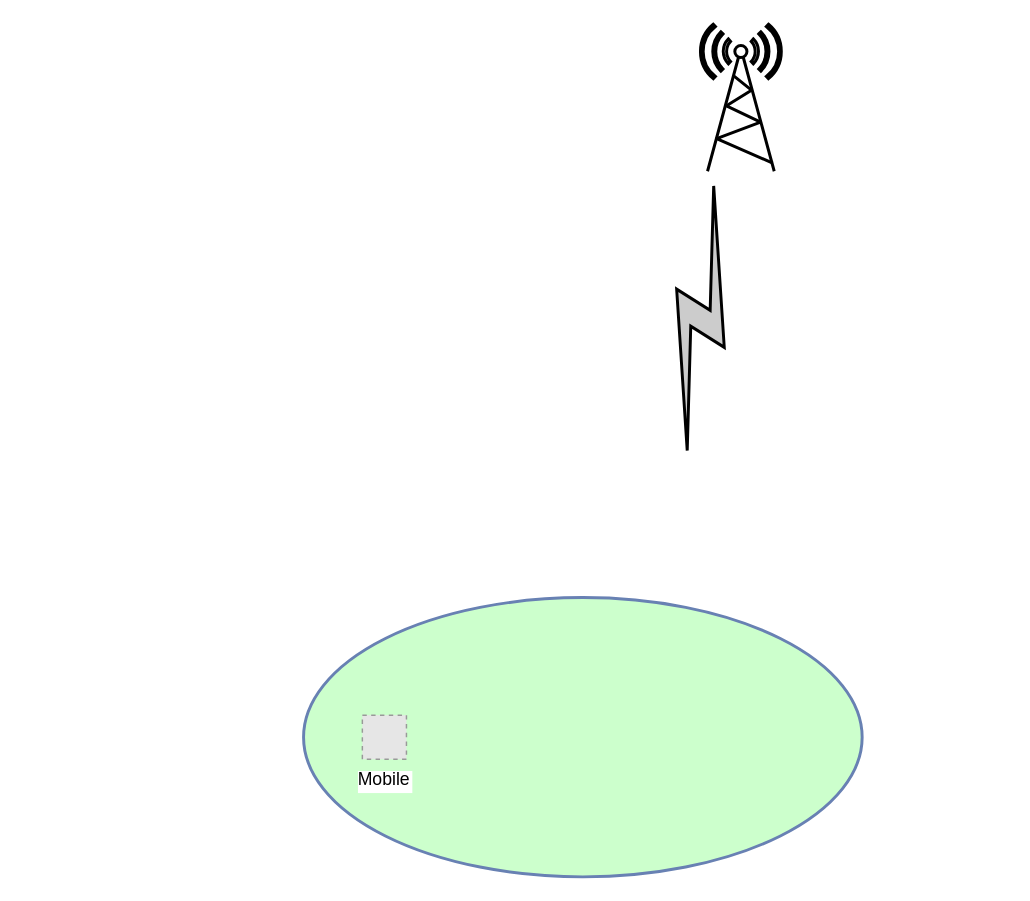
Earlier version of the draw.io diagram 未命名绘图.drawio (lishuai-0/picture_source_file_draw_io). Source tidied: cells renumbered, new cells numbered last; positions are measured from the earlier drawing's top-left corner, leaving out a move shared by most shapes. Both pictures are drawn from the tidied source at 147%, with x=0, y=0 at pixel (303, 24). Pictures stored in the file or linked from it are replaced by grey dashed boxes.
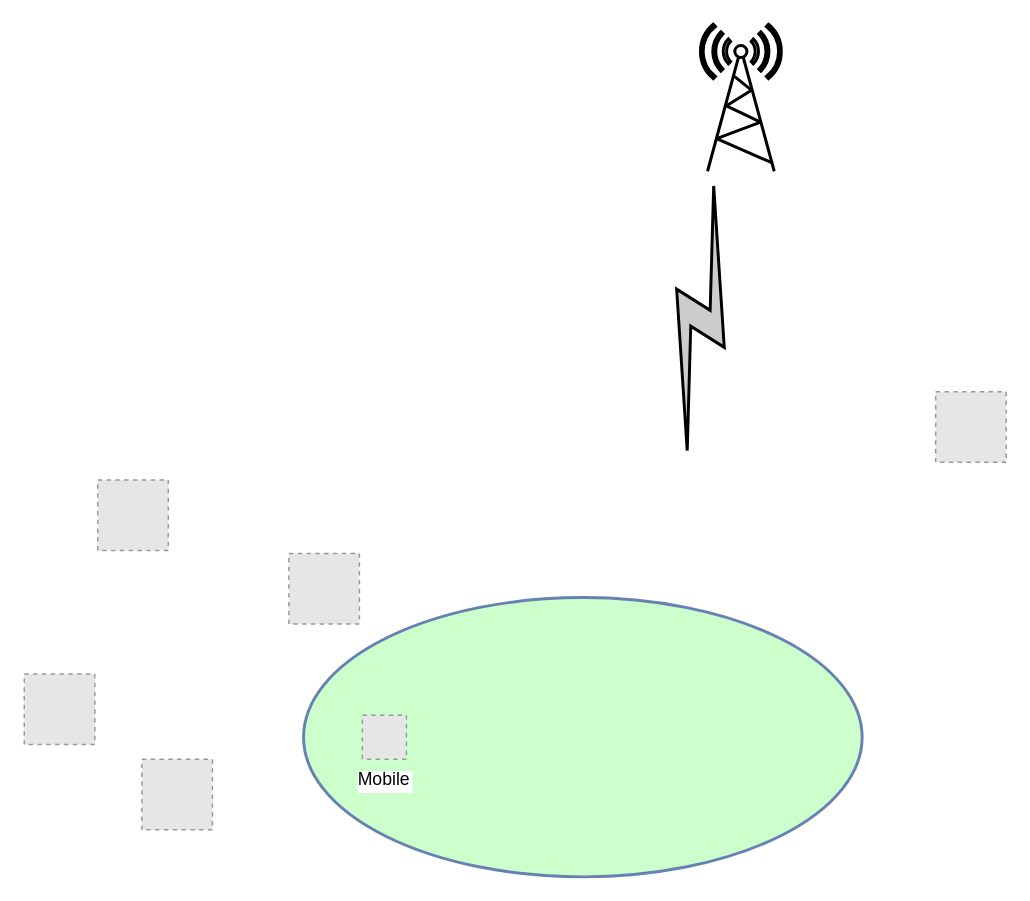
Above is the later version.

Commit message (it also covers changes not shown here):
更新未命名绘图.drawio

Change to the diagram source:
```diff
@@
 <mxGraphModel>
   <root>
     <mxCell id="0" />
     <mxCell id="1" parent="0" />
     <mxCell id="2" style="ellipse;whiteSpace=wrap;html=1;rounded=1;shadow=0;comic=0;labelBackgroundColor=none;strokeColor=#6881B3;strokeWidth=2;fillColor=#CCFFCC;fontFamily=Helvetica;fontSize=22;fontColor=#000000;verticalAlign=middle;gradientColor=none;gradientDirection=north;spacingBottom=17;" parent="1" vertex="1">
       <mxGeometry y="390" width="380" height="190" as="geometry" />
     </mxCell>
     <mxCell id="3" style="fontColor=#0066CC;verticalAlign=top;verticalLabelPosition=bottom;labelPosition=center;align=center;html=1;fillColor=#FFFFFF;strokeColor=#000000;gradientColor=none;gradientDirection=north;strokeWidth=2;shape=mxgraph.networks.radio_tower;rounded=1;shadow=0;comic=0;labelBackgroundColor=none;" parent="1" vertex="1">
       <mxGeometry x="270" width="55" height="100" as="geometry" />
     </mxCell>
     <mxCell id="4" style="html=1;fillColor=#CCCCCC;strokeColor=#000000;gradientColor=none;gradientDirection=north;strokeWidth=2;shape=mxgraph.networks.comm_link_edge;html=1;labelBackgroundColor=none;endArrow=none;fontFamily=Verdana;fontSize=22;fontColor=#000000;" parent="1" edge="1">
       <mxGeometry relative="1" as="geometry">
         <mxPoint x="280" y="100" as="sourcePoint" />
         <mxPoint x="260" y="300" as="targetPoint" />
       </mxGeometry>
     </mxCell>
     <mxCell id="5" value="Mobile" style="fillColor=#E6E6E6;strokeColor=#999999;dashed=1;verticalLabelPosition=bottom;verticalAlign=top;labelBackgroundColor=#ffffff;" parent="1" vertex="1">
       <mxGeometry x="40" y="470" width="30" height="30" as="geometry" />
     </mxCell>
+    <mxCell id="6" style="fillColor=#E6E6E6;strokeColor=#999999;dashed=1;verticalLabelPosition=bottom;verticalAlign=top;" parent="1" vertex="1">
+      <mxGeometry x="-110" y="500" width="48" height="48" as="geometry" />
+    </mxCell>
+    <mxCell id="7" style="fillColor=#E6E6E6;strokeColor=#999999;dashed=1;verticalLabelPosition=bottom;verticalAlign=top;" parent="1" vertex="1">
+      <mxGeometry x="-190" y="442" width="48" height="48" as="geometry" />
+    </mxCell>
+    <mxCell id="8" style="fillColor=#E6E6E6;strokeColor=#999999;dashed=1;verticalLabelPosition=bottom;verticalAlign=top;" parent="1" vertex="1">
+      <mxGeometry x="-140" y="310" width="48" height="48" as="geometry" />
+    </mxCell>
+    <mxCell id="9" style="fillColor=#E6E6E6;strokeColor=#999999;dashed=1;verticalLabelPosition=bottom;verticalAlign=top;" parent="1" vertex="1">
+      <mxGeometry x="-10" y="360" width="48" height="48" as="geometry" />
+    </mxCell>
+    <mxCell id="10" style="fillColor=#E6E6E6;strokeColor=#999999;dashed=1;verticalLabelPosition=bottom;verticalAlign=top;" parent="1" vertex="1">
+      <mxGeometry x="430" y="250" width="48" height="48" as="geometry" />
+    </mxCell>
   </root>
 </mxGraphModel>
```
